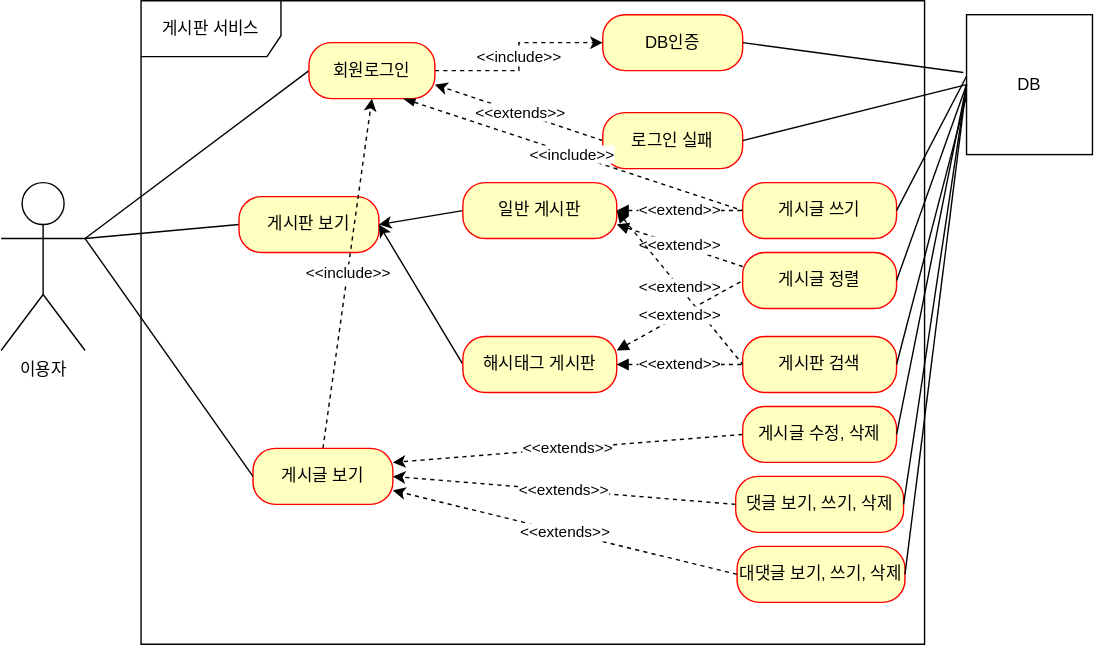
Earlier version of the draw.io export document/use-case.svg (Kim-Hyeong-June/fastcampus-project-board). Source tidied: cells renumbered, new cells last; positions are measured from the earlier drawing's top-left corner, leaving out a move shared by most shapes.
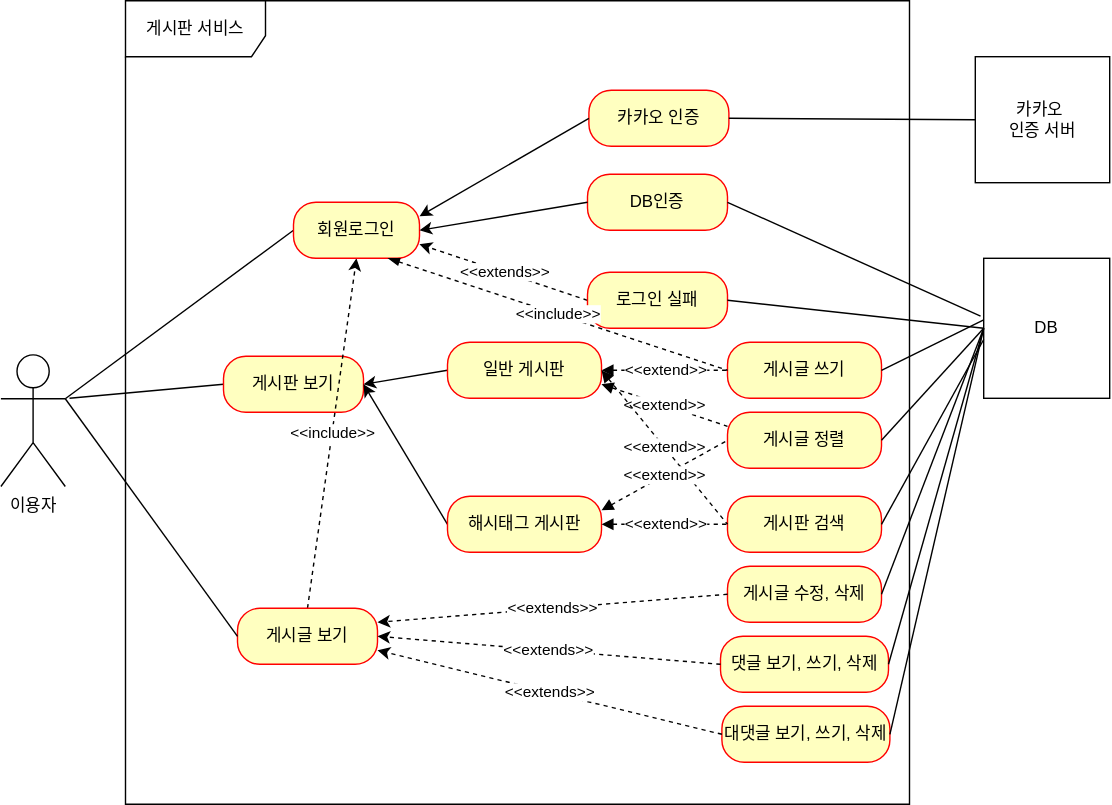
After the commit.

Commit message:
[고도화] use-case.svg 업데이트

Change to the diagram source:
```diff
@@ -6,10 +6,10 @@
       <mxGeometry relative="1" as="geometry" />
     </mxCell>
     <mxCell id="3" value="이용자" style="shape=umlActor;verticalLabelPosition=bottom;verticalAlign=top;html=1;" parent="1" vertex="1">
-      <mxGeometry y="130" width="60" height="120" as="geometry" />
+      <mxGeometry x="11" y="139" width="46" height="94" as="geometry" />
     </mxCell>
     <mxCell id="4" value="게시판 서비스" style="shape=umlFrame;whiteSpace=wrap;html=1;width=100;height=40;" parent="1" vertex="1">
-      <mxGeometry x="100" width="560" height="460" as="geometry" />
+      <mxGeometry x="100" y="-114" width="560" height="574" as="geometry" />
     </mxCell>
     <mxCell id="5" style="rounded=0;jettySize=auto;html=1;exitX=0;exitY=0.5;exitDx=0;exitDy=0;endArrow=none;endFill=0;" parent="1" edge="1" source="6">
       <mxGeometry relative="1" as="geometry">
@@ -40,9 +40,6 @@
     <mxCell id="13" value="DB인증" style="rounded=1;whiteSpace=wrap;html=1;arcSize=40;fontColor=#000000;fillColor=#ffffc0;strokeColor=#ff0000;" parent="1" vertex="1">
       <mxGeometry x="430" y="10" width="100" height="40" as="geometry" />
     </mxCell>
-    <mxCell id="14" value="&amp;lt;&amp;lt;include&amp;gt;&amp;gt;" style="edgeStyle=orthogonalEdgeStyle;rounded=0;jettySize=auto;html=1;exitX=1;exitY=0.5;exitDx=0;exitDy=0;entryX=0;entryY=0.5;entryDx=0;entryDy=0;dashed=1;" parent="1" edge="1" source="15" target="13">
-      <mxGeometry relative="1" as="geometry" />
-    </mxCell>
     <mxCell id="15" value="회원로그인" style="rounded=1;whiteSpace=wrap;html=1;arcSize=40;fontColor=#000000;fillColor=#ffffc0;strokeColor=#ff0000;" parent="1" vertex="1">
       <mxGeometry x="220" y="30" width="90" height="40" as="geometry" />
     </mxCell>
@@ -56,7 +53,7 @@
       <mxGeometry relative="1" as="geometry" />
     </mxCell>
     <mxCell id="19" value="DB" style="html=1;whiteSpace=wrap;" parent="1" vertex="1">
-      <mxGeometry x="690" y="10" width="90" height="100" as="geometry" />
+      <mxGeometry x="713" y="70" width="90" height="100" as="geometry" />
     </mxCell>
     <mxCell id="20" style="rounded=0;jettySize=auto;html=1;entryX=-0.025;entryY=0.413;entryDx=0;entryDy=0;entryPerimeter=0;endArrow=none;endFill=0;exitX=1;exitY=0.5;exitDx=0;exitDy=0;" parent="1" edge="1" source="13" target="19">
       <mxGeometry relative="1" as="geometry" />
@@ -127,5 +124,20 @@
     <mxCell id="42" value="&amp;lt;&amp;lt;include&amp;gt;&amp;gt;" style="endArrow=none;dashed=1;html=1;rounded=0;entryX=0;entryY=0.5;entryDx=0;entryDy=0;exitX=0.75;exitY=1;exitDx=0;exitDy=0;startArrow=blockThin;startFill=1;" parent="1" edge="1" source="15" target="21">
       <mxGeometry relative="1" as="geometry" />
     </mxCell>
+    <mxCell id="43" value="카카오 인증" style="rounded=1;whiteSpace=wrap;html=1;arcSize=40;fontColor=#000000;fillColor=#ffffc0;strokeColor=#ff0000;" parent="1" vertex="1">
+      <mxGeometry x="431" y="-50" width="100" height="40" as="geometry" />
+    </mxCell>
+    <mxCell id="44" style="rounded=0;jettySize=auto;html=1;exitX=0;exitY=0.5;exitDx=0;exitDy=0;entryX=1;entryY=0.25;entryDx=0;entryDy=0;" parent="1" edge="1" source="43" target="15">
+      <mxGeometry relative="1" as="geometry" />
+    </mxCell>
+    <mxCell id="45" style="rounded=0;jettySize=auto;html=1;exitX=0;exitY=0.5;exitDx=0;exitDy=0;entryX=1;entryY=0.5;entryDx=0;entryDy=0;" parent="1" edge="1" source="13" target="15">
+      <mxGeometry relative="1" as="geometry" />
+    </mxCell>
+    <mxCell id="46" value="카카오&amp;nbsp;&lt;div&gt;인증 서버&lt;/div&gt;" style="rounded=0;whiteSpace=wrap;html=1;" parent="1" vertex="1">
+      <mxGeometry x="707" y="-74" width="96" height="90" as="geometry" />
+    </mxCell>
+    <mxCell id="47" style="endArrow=none;html=1;rounded=0;entryX=0;entryY=0.5;entryDx=0;entryDy=0;exitX=1;exitY=0.5;exitDx=0;exitDy=0;" parent="1" edge="1" source="43" target="46">
+      <mxGeometry relative="1" as="geometry" />
+    </mxCell>
   </root>
 </mxGraphModel>
```
